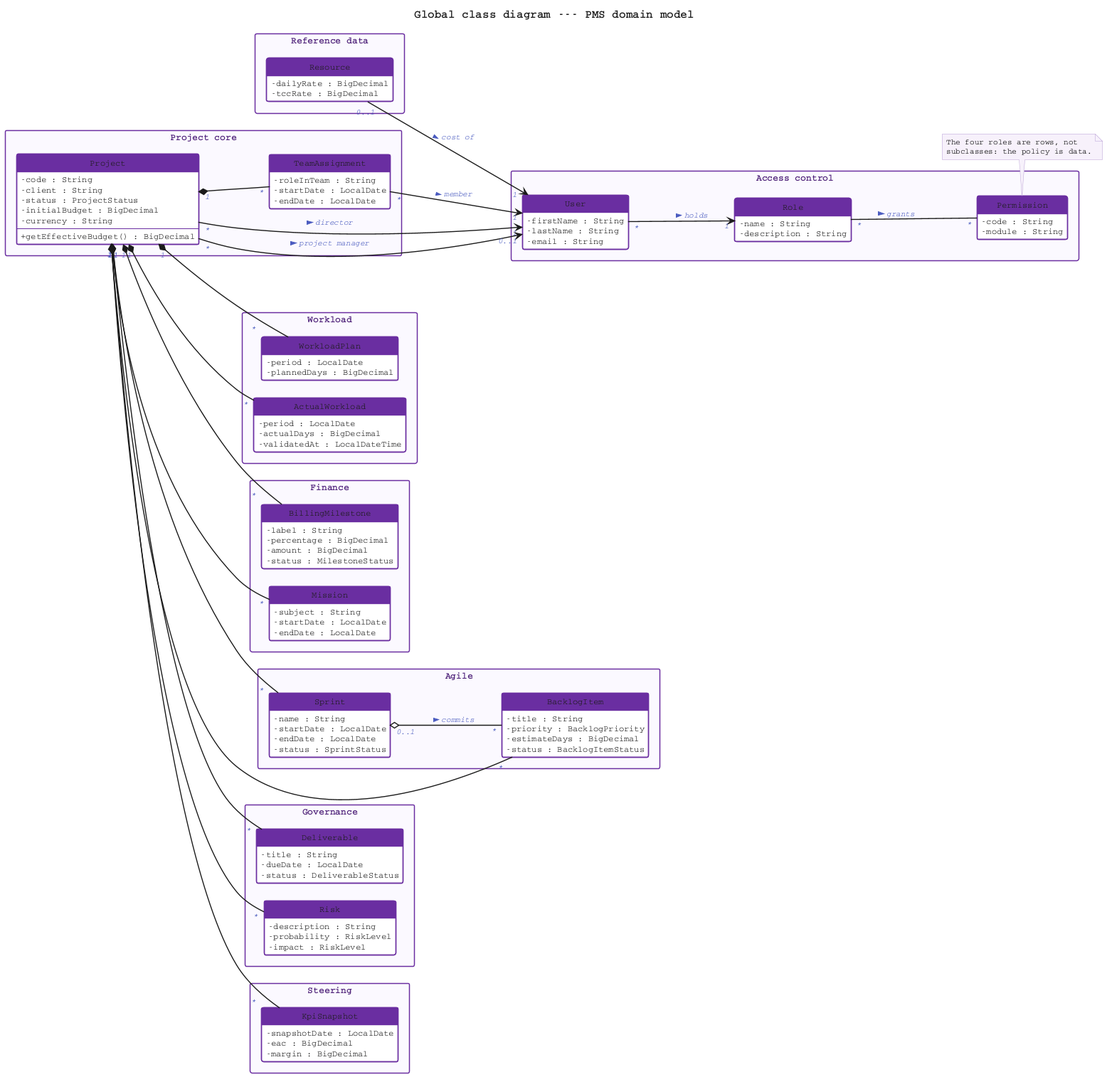
mazenrakrouki/tekup-pms-platform keeps this PlantUML diagram as report/Rapport PFE TEKUP LATEX/img/class_global_simple.png. Above is the earlier version.
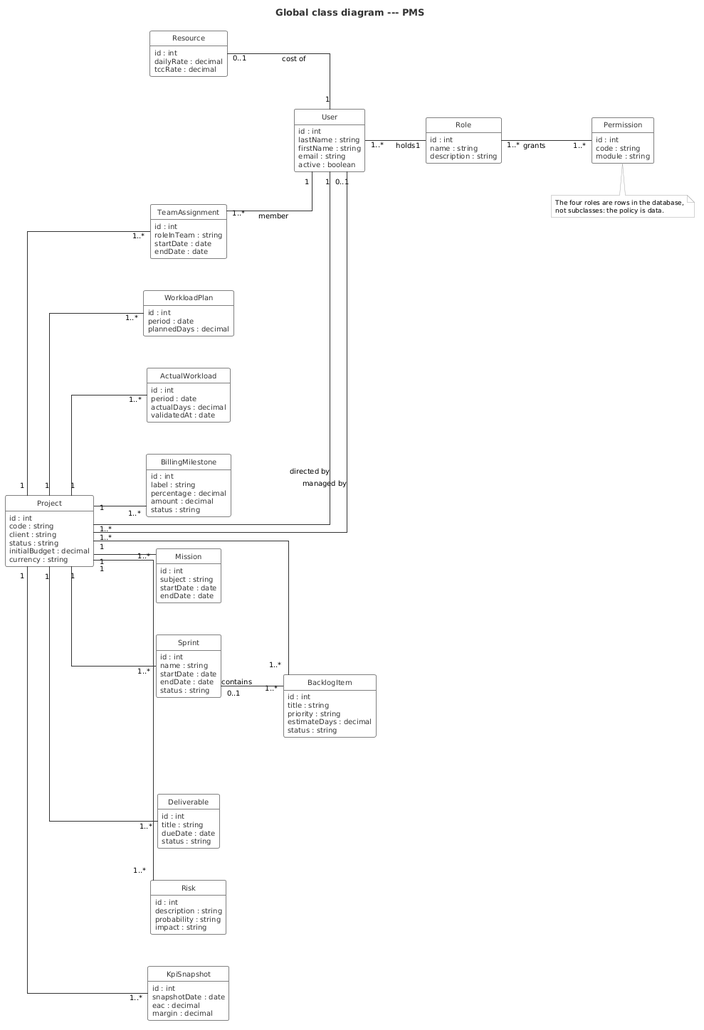
After the change.

Commit message:
Redraw the global class diagram in the reference report's style

Diff of the diagram source:
```diff
@@ -1,173 +1,172 @@
 @startuml class_global_simple
-title Global class diagram --- PMS domain model
+title Global class diagram --- PMS
 
 left to right direction
 
 skinparam shadowing false
-skinparam classAttributeIconSize 0
-skinparam nodesep 25
-skinparam ranksep 75
+skinparam linetype ortho
+skinparam nodesep 45
+skinparam ranksep 70
 skinparam class {
   BackgroundColor       #FFFFFF
-  BorderColor           #6B2FA0
-  BorderThickness       1.4
-  HeaderBackgroundColor #6B2FA0
-  FontColor             #FFFFFF
-  FontName              Courier
-  FontSize              14
+  BorderColor           #808080
+  BorderThickness       1
+  HeaderBackgroundColor #FFFFFF
+  FontColor             #333333
+  FontName              Helvetica
+  FontSize              11
   FontStyle             plain
-  AttributeFontColor    #1A1A1A
-  AttributeFontName     Courier
-  AttributeFontSize     12
+  AttributeFontColor    #333333
+  AttributeFontName     Helvetica
+  AttributeFontSize     10
 }
-skinparam packageStyle           rectangle
-skinparam packageBackgroundColor #FBF9FE
-skinparam packageBorderColor     #6B2FA0
-skinparam packageFontColor       #4B1E77
-skinparam packageFontName        Courier
-skinparam packageFontSize        13
-skinparam ArrowColor      #1A1A1A
-skinparam ArrowThickness  1.4
-skinparam ArrowFontColor  #4A5BBF
-skinparam ArrowFontStyle  italic
-skinparam ArrowFontName   Courier
-skinparam ArrowFontSize   11
-skinparam TitleFontName   Courier
-skinparam TitleFontSize   16
-skinparam TitleFontColor  #1A1A1A
-skinparam noteBorderColor     #B9A0D4
-skinparam noteBackgroundColor #F6F1FB
-skinparam noteFontName        Courier
-skinparam noteFontSize        11
+skinparam ArrowColor      #333333
+skinparam ArrowThickness  1
+skinparam ArrowFontColor  #000000
+skinparam ArrowFontStyle  plain
+skinparam ArrowFontName   Helvetica
+skinparam ArrowFontSize   10
+skinparam TitleFontName   Helvetica
+skinparam TitleFontSize   13
+skinparam TitleFontColor  #333333
+skinparam noteBorderColor     #AAAAAA
+skinparam noteBackgroundColor #FAFAFA
+skinparam noteFontName        Helvetica
+skinparam noteFontSize        9
 hide circle
 hide empty methods
 
-package "Access control" {
-  class User {
-    - firstName : String
-    - lastName : String
-    - email : String
-  }
-  class Role {
-    - name : String
-    - description : String
-  }
-  class Permission {
-    - code : String
-    - module : String
-  }
+class User {
+  id : int
+  lastName : string
+  firstName : string
+  email : string
+  active : boolean
 }
 
-package "Reference data" {
-  class Resource {
-    - dailyRate : BigDecimal
-    - tccRate : BigDecimal
-  }
+class Role {
+  id : int
+  name : string
+  description : string
 }
 
-package "Project core" {
-  class Project {
-    - code : String
-    - client : String
-    - status : ProjectStatus
-    - initialBudget : BigDecimal
-    - currency : String
-    --
-    + getEffectiveBudget() : BigDecimal
-  }
-  class TeamAssignment {
-    - roleInTeam : String
-    - startDate : LocalDate
-    - endDate : LocalDate
-  }
+class Permission {
+  id : int
+  code : string
+  module : string
 }
 
-package "Workload" {
-  class WorkloadPlan {
-    - period : LocalDate
-    - plannedDays : BigDecimal
-  }
-  class ActualWorkload {
-    - period : LocalDate
-    - actualDays : BigDecimal
-    - validatedAt : LocalDateTime
-  }
+class Resource {
+  id : int
+  dailyRate : decimal
+  tccRate : decimal
 }
 
-package "Finance" {
-  class BillingMilestone {
-    - label : String
-    - percentage : BigDecimal
-    - amount : BigDecimal
-    - status : MilestoneStatus
-  }
-  class Mission {
-    - subject : String
-    - startDate : LocalDate
-    - endDate : LocalDate
-  }
+class Project {
+  id : int
+  code : string
+  client : string
+  status : string
+  initialBudget : decimal
+  currency : string
 }
 
-package "Agile" {
-  class Sprint {
-    - name : String
-    - startDate : LocalDate
-    - endDate : LocalDate
-    - status : SprintStatus
-  }
-  class BacklogItem {
-    - title : String
-    - priority : BacklogPriority
-    - estimateDays : BigDecimal
-    - status : BacklogItemStatus
-  }
+class TeamAssignment {
+  id : int
+  roleInTeam : string
+  startDate : date
+  endDate : date
 }
 
-package "Governance" {
-  class Deliverable {
-    - title : String
-    - dueDate : LocalDate
-    - status : DeliverableStatus
-  }
-  class Risk {
-    - description : String
-    - probability : RiskLevel
-    - impact : RiskLevel
-  }
+class WorkloadPlan {
+  id : int
+  period : date
+  plannedDays : decimal
 }
 
-package "Steering" {
-  class KpiSnapshot {
-    - snapshotDate : LocalDate
-    - eac : BigDecimal
-    - margin : BigDecimal
-  }
+class ActualWorkload {
+  id : int
+  period : date
+  actualDays : decimal
+  validatedAt : date
 }
 
-User "*" --> "1" Role       : holds >
-Role "*" --  "*" Permission : grants >
-Resource "0..1" --> "1" User : cost of >
+class BillingMilestone {
+  id : int
+  label : string
+  percentage : decimal
+  amount : decimal
+  status : string
+}
 
-Project "*" --> "1"    User : director >
-Project "*" --> "0..1" User : project manager >
-TeamAssignment "*" --> "1" User : member >
+class Mission {
+  id : int
+  subject : string
+  startDate : date
+  endDate : date
+}
 
-Project "1" *-- "*" TeamAssignment
-Project "1" *-- "*" WorkloadPlan
-Project "1" *-- "*" ActualWorkload
-Project "1" *-- "*" BillingMilestone
-Project "1" *-- "*" Mission
-Project "1" *-- "*" Sprint
-Project "1" *-- "*" BacklogItem
-Project "1" *-- "*" Deliverable
-Project "1" *-- "*" Risk
-Project "1" *-- "*" KpiSnapshot
+class Sprint {
+  id : int
+  name : string
+  startDate : date
+  endDate : date
+  status : string
+}
 
-Sprint "0..1" o-- "*" BacklogItem : commits >
+class BacklogItem {
+  id : int
+  title : string
+  priority : string
+  estimateDays : decimal
+  status : string
+}
+
+class Deliverable {
+  id : int
+  title : string
+  dueDate : date
+  status : string
+}
+
+class Risk {
+  id : int
+  description : string
+  probability : string
+  impact : string
+}
+
+class KpiSnapshot {
+  id : int
+  snapshotDate : date
+  eac : decimal
+  margin : decimal
+}
+
+User "1..*" -- "1" Role          : holds
+Role        "1..*" -- "1..*" Permission : grants
+Resource   "0..1" -- "1" User   : cost of
+
+Project "1..*" -- "1" User    : directed by
+Project "1..*" -- "0..1" User : managed by
+TeamAssignment "1..*" -- "1" User : member
+
+Project "1" -- "1..*" TeamAssignment
+Project "1" -- "1..*" WorkloadPlan
+Project "1" -- "1..*" ActualWorkload
+Project "1" -- "1..*" BillingMilestone
+Project "1" -- "1..*" Mission
+Project "1" -- "1..*" Sprint
+Project "1" -- "1..*" BacklogItem
+Project "1" -- "1..*" Deliverable
+Project "1" -- "1..*" Risk
+Project "1" -- "1..*" KpiSnapshot
+
+Sprint "0..1" -- "1..*" BacklogItem : contains
 
 note bottom of Permission
-  The four roles are rows, not
-  subclasses: the policy is data.
+  The four roles are rows in the database,
+  not subclasses: the policy is data.
 end note
 
 @enduml
```
